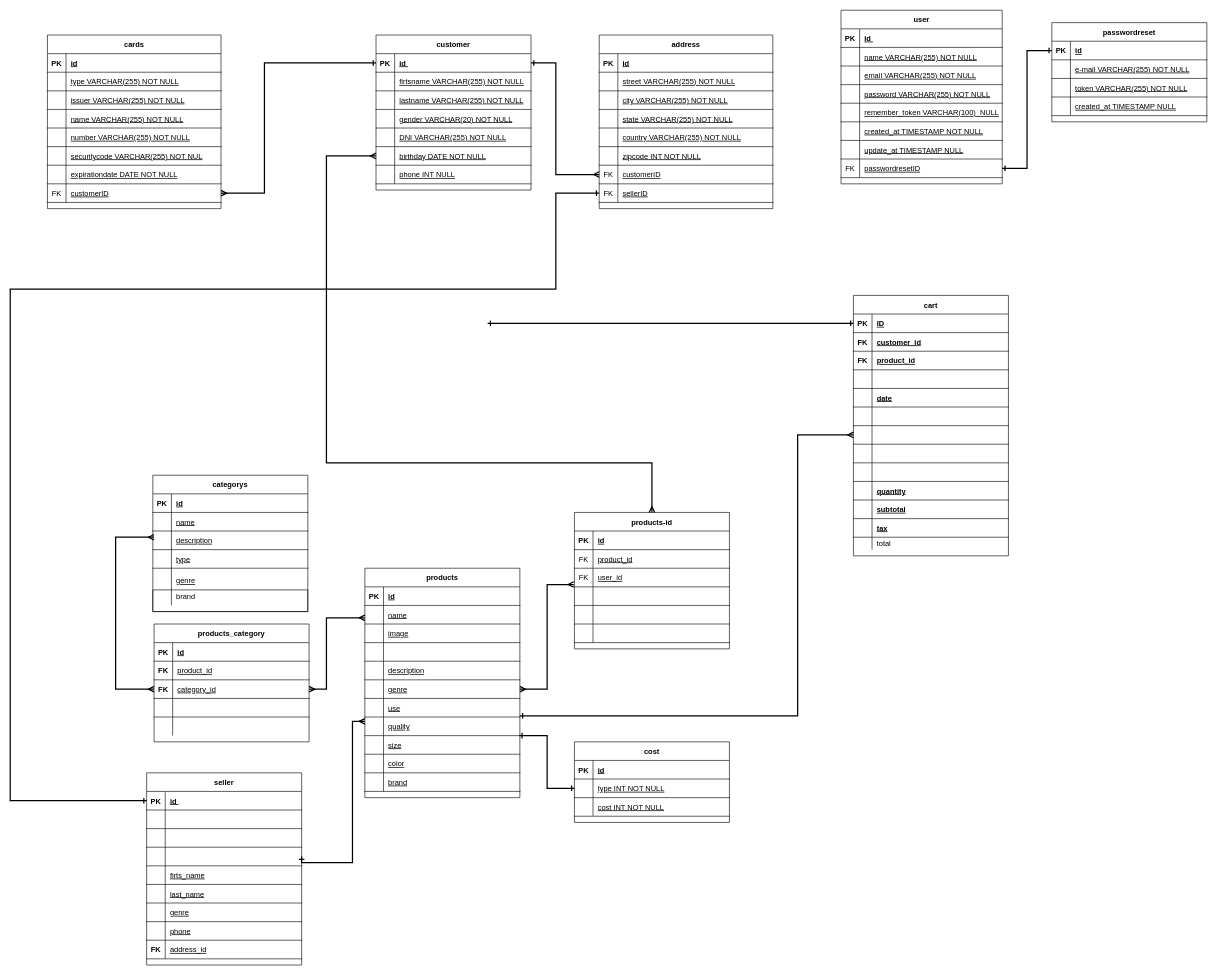
canetemauricio/equipo11 keeps this draw.io diagram as Untitled Diagram.drawio. Above is the earlier version. Source tidied: cells renumbered, new cells numbered last; positions are measured from the earlier drawing's top-left corner, leaving out a move shared by most shapes. Both pictures are drawn from the tidied source at 62%, with x=0, y=0 at pixel (10, 10).
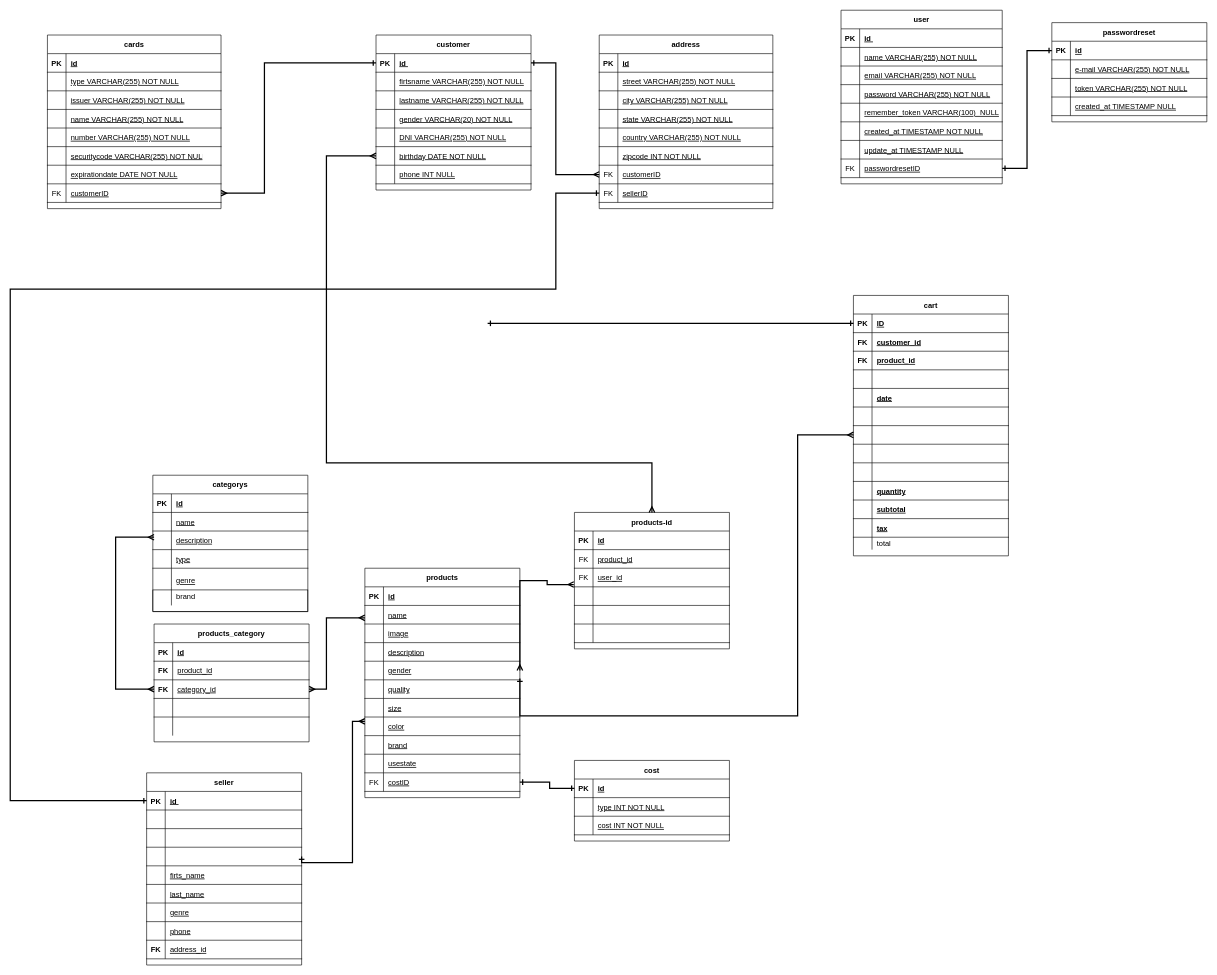
The same diagram, later.

Unchanged cells that the change refers to:
```xml
<mxCell id="25" value="products" style="shape=table;startSize=30;childLayout=tableLayout;rowLines=0;fontStyle=1;align=center;" parent="1" vertex="1">
  <mxGeometry x="572" y="900" width="250" height="370" as="geometry" />
</mxCell>
<mxCell id="164" style="shape=partialRectangle;fillColor=none;points=[[0,0.5],[1,0.5]];portConstraint=eastwest;top=0;left=0;right=0;bottom=1;fontStyle=0;" parent="154" vertex="1">
  <mxGeometry y="120" width="250" height="30" as="geometry" />
</mxCell>
<mxCell id="285" style="shape=partialRectangle;fillColor=none;points=[[0,0.5],[1,0.5]];portConstraint=eastwest;top=0;left=0;right=0;bottom=1;" parent="284" vertex="1">
  <mxGeometry y="30" width="250" height="30" as="geometry" />
</mxCell>
<mxCell id="288" style="shape=partialRectangle;fillColor=none;points=[[0,0.5],[1,0.5]];portConstraint=eastwest;top=0;left=0;right=0;bottom=1;" parent="284" vertex="1">
  <mxGeometry y="60" width="250" height="30" as="geometry" />
</mxCell>
```

What changed in the source:
```diff
@@
-    <mxCell id="35" style="shape=partialRectangle;fillColor=none;top=0;left=0;right=0;bottom=1;fontStyle=0;" parent="25" vertex="1">
-      <mxGeometry y="120" width="250" height="30" as="geometry" />
-    </mxCell>
-    <mxCell id="36" style="shape=partialRectangle;overflow=hidden;fillColor=none;top=0;left=0;bottom=0;right=0;fontStyle=0;" parent="35" vertex="1">
-      <mxGeometry width="30" height="30" as="geometry" />
-    </mxCell>
-    <mxCell id="37" style="shape=partialRectangle;overflow=hidden;fillColor=none;top=0;left=0;bottom=0;right=0;align=left;spacingLeft=6;fontStyle=4;" parent="35" vertex="1">
-      <mxGeometry x="30" width="220" height="30" as="geometry" />
-    </mxCell>
     <mxCell id="38" style="shape=partialRectangle;fillColor=none;top=0;left=0;right=0;bottom=1;fontStyle=0;" parent="25" vertex="1">
-      <mxGeometry y="150" width="250" height="30" as="geometry" />
+      <mxGeometry y="120" width="250" height="30" as="geometry" />
     </mxCell>
@@
     <mxCell id="41" style="shape=partialRectangle;fillColor=none;points=[[0,0.5],[1,0.5]];portConstraint=eastwest;top=0;left=0;right=0;bottom=1;fontStyle=0;" parent="25" vertex="1">
-      <mxGeometry y="180" width="250" height="30" as="geometry" />
+      <mxGeometry y="150" width="250" height="30" as="geometry" />
     </mxCell>
@@
-    <mxCell id="43" value="genre" style="shape=partialRectangle;overflow=hidden;fillColor=none;top=0;left=0;bottom=0;right=0;align=left;spacingLeft=6;fontStyle=4;" parent="41" vertex="1">
+    <mxCell id="43" value="gender" style="shape=partialRectangle;overflow=hidden;fillColor=none;top=0;left=0;bottom=0;right=0;align=left;spacingLeft=6;fontStyle=4;" parent="41" vertex="1">
       <mxGeometry x="30" width="220" height="30" as="geometry" />
     </mxCell>
-    <mxCell id="44" style="shape=partialRectangle;fillColor=none;points=[[0,0.5],[1,0.5]];portConstraint=eastwest;top=0;left=0;right=0;bottom=1;fontStyle=0;" parent="25" vertex="1">
-      <mxGeometry y="210" width="250" height="30" as="geometry" />
-    </mxCell>
-    <mxCell id="45" style="shape=partialRectangle;overflow=hidden;fillColor=none;top=0;left=0;bottom=0;right=0;fontStyle=0;" parent="44" vertex="1">
-      <mxGeometry width="30" height="30" as="geometry" />
-    </mxCell>
-    <mxCell id="46" value="use" style="shape=partialRectangle;overflow=hidden;fillColor=none;top=0;left=0;bottom=0;right=0;align=left;spacingLeft=6;fontStyle=4;" parent="44" vertex="1">
-      <mxGeometry x="30" width="220" height="30" as="geometry" />
-    </mxCell>
     <mxCell id="47" style="shape=partialRectangle;fillColor=none;points=[[0,0.5],[1,0.5]];portConstraint=eastwest;top=0;left=0;right=0;bottom=1;fontStyle=0;" parent="25" vertex="1">
-      <mxGeometry y="240" width="250" height="30" as="geometry" />
+      <mxGeometry y="180" width="250" height="30" as="geometry" />
     </mxCell>
@@
     <mxCell id="50" style="shape=partialRectangle;fillColor=none;points=[[0,0.5],[1,0.5]];portConstraint=eastwest;top=0;left=0;right=0;bottom=1;fontStyle=0;" parent="25" vertex="1">
-      <mxGeometry y="270" width="250" height="30" as="geometry" />
+      <mxGeometry y="210" width="250" height="30" as="geometry" />
     </mxCell>
@@
     <mxCell id="53" style="shape=partialRectangle;fillColor=none;top=0;left=0;right=0;bottom=1;fontStyle=0;" parent="25" vertex="1">
-      <mxGeometry y="300" width="250" height="30" as="geometry" />
+      <mxGeometry y="240" width="250" height="30" as="geometry" />
     </mxCell>
@@
     <mxCell id="56" style="shape=partialRectangle;fillColor=none;top=0;left=0;right=0;bottom=1;fontStyle=0;" parent="25" vertex="1">
-      <mxGeometry y="330" width="250" height="30" as="geometry" />
+      <mxGeometry y="270" width="250" height="30" as="geometry" />
     </mxCell>
@@
+    <mxCell id="35" style="shape=partialRectangle;fillColor=none;top=0;left=0;right=0;bottom=1;fontStyle=0;" parent="25" vertex="1">
+      <mxGeometry y="300" width="250" height="30" as="geometry" />
+    </mxCell>
+    <mxCell id="36" style="shape=partialRectangle;overflow=hidden;fillColor=none;top=0;left=0;bottom=0;right=0;fontStyle=0;" parent="35" vertex="1">
+      <mxGeometry width="30" height="30" as="geometry" />
+    </mxCell>
+    <mxCell id="37" value="usestate" style="shape=partialRectangle;overflow=hidden;fillColor=none;top=0;left=0;bottom=0;right=0;align=left;spacingLeft=6;fontStyle=4;" parent="35" vertex="1">
+      <mxGeometry x="30" width="220" height="30" as="geometry" />
+    </mxCell>
+    <mxCell id="44" style="shape=partialRectangle;fillColor=none;points=[[0,0.5],[1,0.5]];portConstraint=eastwest;top=0;left=0;right=0;bottom=1;fontStyle=0;" parent="25" vertex="1">
+      <mxGeometry y="330" width="250" height="30" as="geometry" />
+    </mxCell>
+    <mxCell id="45" value="FK" style="shape=partialRectangle;overflow=hidden;fillColor=none;top=0;left=0;bottom=0;right=0;fontStyle=0;" parent="44" vertex="1">
+      <mxGeometry width="30" height="30" as="geometry" />
+    </mxCell>
+    <mxCell id="46" value="costID" style="shape=partialRectangle;overflow=hidden;fillColor=none;top=0;left=0;bottom=0;right=0;align=left;spacingLeft=6;fontStyle=4;" parent="44" vertex="1">
+      <mxGeometry x="30" width="220" height="30" as="geometry" />
+    </mxCell>
@@
     <mxCell id="186" style="edgeStyle=orthogonalEdgeStyle;rounded=0;jettySize=auto;html=1;exitX=1;exitY=0.5;exitDx=0;exitDy=0;startArrow=ERmany;startFill=0;endArrow=ERmany;endFill=0;strokeWidth=2;entryX=-0.004;entryY=-0.124;entryDx=0;entryDy=0;entryPerimeter=0;" parent="1" edge="1" source="41" target="164">
-      <mxGeometry relative="1" as="geometry" />
+      <mxGeometry relative="1" as="geometry">
+        <Array as="points">
+          <mxPoint x="822" y="920" />
+          <mxPoint x="866" y="920" />
+          <mxPoint x="866" y="926" />
+        </Array>
+      </mxGeometry>
     </mxCell>
@@
     <mxCell id="284" value="cost" style="shape=table;startSize=30;childLayout=tableLayout;rowLines=0;fontStyle=1;align=center;" parent="1" vertex="1">
-      <mxGeometry x="910" y="1180" width="250" height="130" as="geometry" />
+      <mxGeometry x="910" y="1210" width="250" height="130" as="geometry" />
     </mxCell>
@@
-    <mxCell id="294" style="edgeStyle=orthogonalEdgeStyle;rounded=0;jettySize=auto;html=1;entryX=0.996;entryY=0;entryDx=0;entryDy=0;startArrow=ERone;startFill=0;endArrow=ERone;endFill=0;strokeWidth=2;exitX=0;exitY=0.5;exitDx=0;exitDy=0;entryPerimeter=0;" parent="1" edge="1" source="288" target="50">
+    <mxCell id="294" style="edgeStyle=orthogonalEdgeStyle;rounded=0;jettySize=auto;html=1;entryX=1;entryY=0.5;entryDx=0;entryDy=0;startArrow=ERone;startFill=0;endArrow=ERone;endFill=0;strokeWidth=2;exitX=0;exitY=0.5;exitDx=0;exitDy=0;" parent="1" edge="1" source="285" target="44">
       <mxGeometry relative="1" as="geometry">
         <Array as="points">
-          <mxPoint x="866" y="1255" />
-          <mxPoint x="866" y="1170" />
+          <mxPoint x="870" y="1255" />
+          <mxPoint x="870" y="1245" />
         </Array>
       </mxGeometry>
     </mxCell>
```
